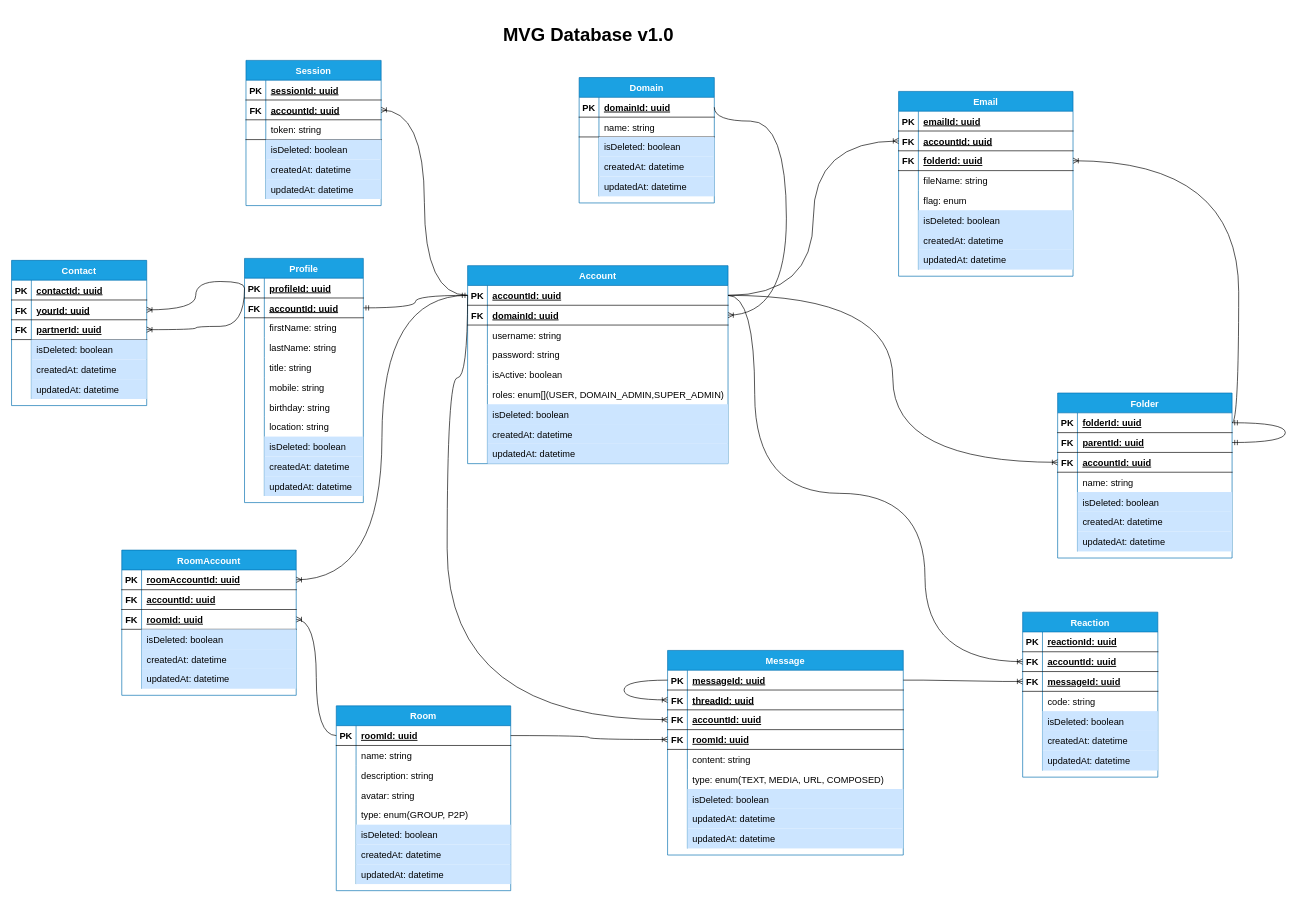
The draw.io diagram document/mvg_database.drawio in chautruonglong/mvg-sky, before the edit. Source tidied: cells renumbered, new cells numbered last; positions are measured from the earlier drawing's top-left corner, leaving out a move shared by most shapes. Both pictures are drawn from the tidied source at 66%, with x=0, y=0 at pixel (11, 18).
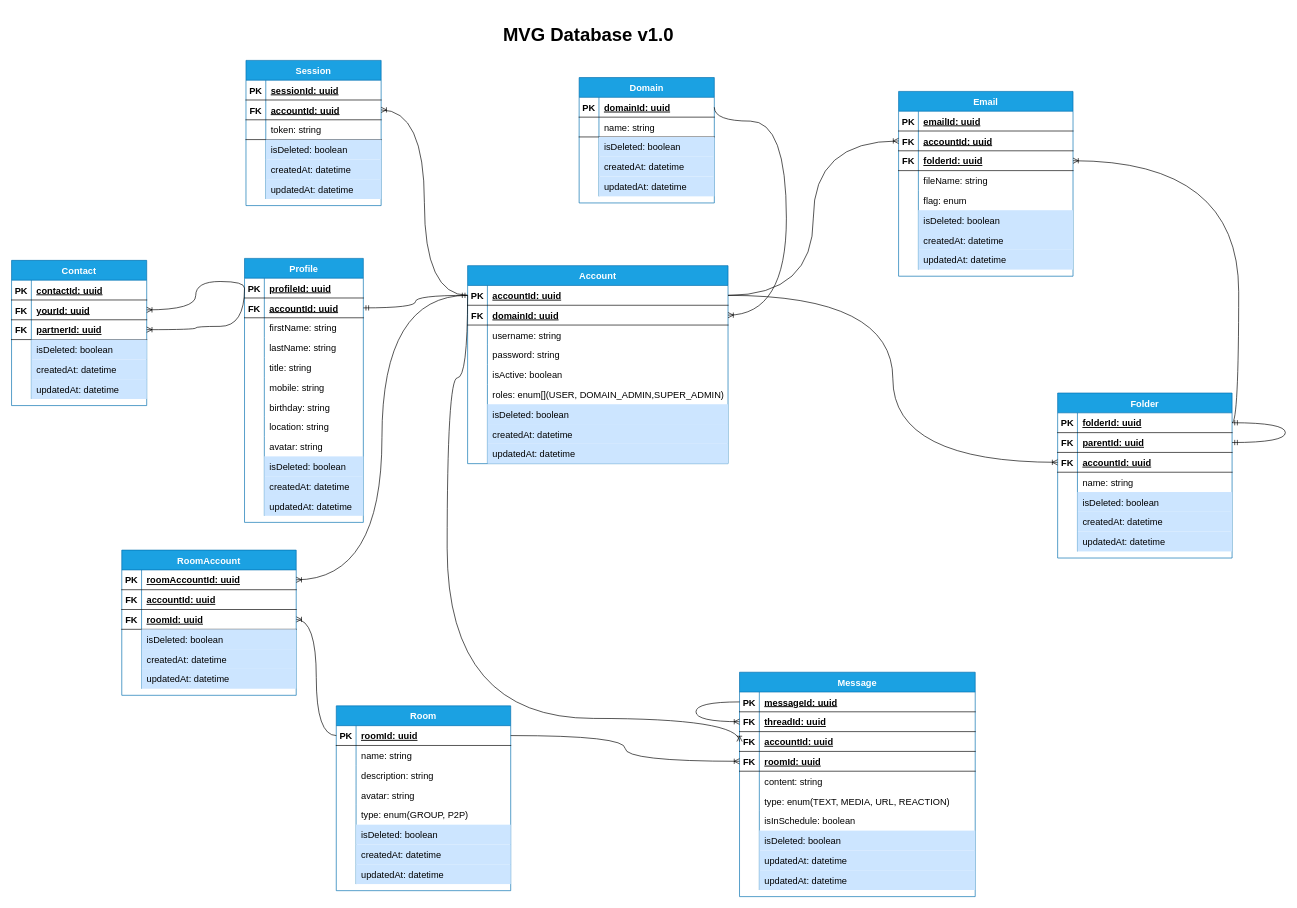
Above is the later version.

The change refers to these unchanged cells:
```xml
<mxCell id="3" style="shape=partialRectangle;fillColor=none;top=0;left=0;bottom=1;right=0;points=[[0,0.5],[1,0.5]];portConstraint=eastwest;fontSize=14;" parent="2" vertex="1">
  <mxGeometry y="30" width="394.6" height="30" as="geometry" />
</mxCell>
<mxCell id="66" style="shape=partialRectangle;fillColor=none;top=0;left=0;bottom=1;right=0;points=[[0,0.5],[1,0.5]];portConstraint=eastwest;fontSize=14;" parent="65" vertex="1">
  <mxGeometry y="30" width="357.1" height="30" as="geometry" />
</mxCell>
<mxCell id="72" style="shape=partialRectangle;fillColor=none;top=0;left=0;bottom=1;right=0;points=[[0,0.5],[1,0.5]];portConstraint=eastwest;fontSize=14;" parent="65" vertex="1">
  <mxGeometry y="90" width="357.1" height="30" as="geometry" />
</mxCell>
<mxCell id="81" style="shape=partialRectangle;fillColor=none;top=0;left=0;bottom=0;right=0;fontSize=14;" parent="65" vertex="1">
  <mxGeometry y="180" width="357.1" height="30" as="geometry" />
</mxCell>
```

What changed in the source:
```diff
@@
     <mxCell id="30" value="Profile" style="shape=table;startSize=30;childLayout=tableLayout;rowLines=0;fontStyle=1;align=center;fontSize=14;fillColor=#1ba1e2;strokeColor=#006EAF;fontColor=#ffffff;" parent="1" vertex="1">
-      <mxGeometry x="353" y="364" width="180" height="370" as="geometry" />
+      <mxGeometry x="353" y="364" width="180" height="400" as="geometry" />
     </mxCell>
@@
+    <mxCell id="276" style="shape=partialRectangle;fillColor=none;top=0;left=0;bottom=0;right=0;fontSize=14;" parent="30" vertex="1">
+      <mxGeometry y="240" width="180" height="30" as="geometry" />
+    </mxCell>
+    <mxCell id="277" style="shape=partialRectangle;fillColor=none;top=0;left=0;bottom=0;right=0;overflow=hidden;fontSize=14;" parent="276" vertex="1">
+      <mxGeometry width="30" height="30" as="geometry" />
+    </mxCell>
+    <mxCell id="278" value="location: string" style="shape=partialRectangle;fillColor=none;top=0;left=0;bottom=0;right=0;align=left;spacingLeft=6;overflow=hidden;fontSize=14;" parent="276" vertex="1">
+      <mxGeometry x="30" width="150" height="30" as="geometry" />
+    </mxCell>
     <mxCell id="52" style="shape=partialRectangle;fillColor=none;top=0;left=0;bottom=0;right=0;fontSize=14;" parent="30" vertex="1">
-      <mxGeometry y="240" width="180" height="30" as="geometry" />
+      <mxGeometry y="270" width="180" height="30" as="geometry" />
     </mxCell>
@@
-    <mxCell id="54" value="location: string" style="shape=partialRectangle;fillColor=none;top=0;left=0;bottom=0;right=0;align=left;spacingLeft=6;overflow=hidden;fontSize=14;" parent="52" vertex="1">
+    <mxCell id="54" value="avatar: string" style="shape=partialRectangle;fillColor=none;top=0;left=0;bottom=0;right=0;align=left;spacingLeft=6;overflow=hidden;fontSize=14;" parent="52" vertex="1">
       <mxGeometry x="30" width="150" height="30" as="geometry" />
     </mxCell>
     <mxCell id="55" style="shape=partialRectangle;fillColor=none;top=0;left=0;bottom=0;right=0;fontSize=14;" parent="30" vertex="1">
-      <mxGeometry y="270" width="180" height="30" as="geometry" />
+      <mxGeometry y="300" width="180" height="30" as="geometry" />
     </mxCell>
@@
     <mxCell id="58" style="shape=partialRectangle;fillColor=none;top=0;left=0;bottom=0;right=0;fontSize=14;" parent="30" vertex="1">
-      <mxGeometry y="300" width="180" height="30" as="geometry" />
+      <mxGeometry y="330" width="180" height="30" as="geometry" />
     </mxCell>
@@
     <mxCell id="61" style="shape=partialRectangle;fillColor=none;top=0;left=0;bottom=0;right=0;fontSize=14;" parent="30" vertex="1">
-      <mxGeometry y="330" width="180" height="30" as="geometry" />
+      <mxGeometry y="360" width="180" height="30" as="geometry" />
     </mxCell>
@@
     <mxCell id="65" value="Message" style="shape=table;startSize=30;childLayout=tableLayout;rowLines=0;fontStyle=1;align=center;fontSize=14;fillColor=#1ba1e2;strokeColor=#006EAF;fontColor=#ffffff;" parent="1" vertex="1">
-      <mxGeometry x="994" y="958" width="357.1" height="310" as="geometry" />
+      <mxGeometry x="1103" y="991" width="357.1" height="340" as="geometry" />
     </mxCell>
@@
-    <mxCell id="83" value="type: enum(TEXT, MEDIA, URL, COMPOSED)" style="shape=partialRectangle;fillColor=none;top=0;left=0;bottom=0;right=0;align=left;spacingLeft=6;overflow=hidden;fontSize=14;" parent="81" vertex="1">
+    <mxCell id="83" value="type: enum(TEXT, MEDIA, URL, REACTION)" style="shape=partialRectangle;fillColor=none;top=0;left=0;bottom=0;right=0;align=left;spacingLeft=6;overflow=hidden;fontSize=14;" parent="81" vertex="1">
       <mxGeometry x="30" width="327.1" height="30" as="geometry" />
     </mxCell>
+    <mxCell id="279" style="shape=partialRectangle;fillColor=none;top=0;left=0;bottom=0;right=0;fontSize=14;" parent="65" vertex="1">
+      <mxGeometry y="210" width="357.1" height="30" as="geometry" />
+    </mxCell>
+    <mxCell id="280" style="shape=partialRectangle;fillColor=none;top=0;left=0;bottom=0;right=0;overflow=hidden;fontSize=14;" parent="279" vertex="1">
+      <mxGeometry width="30" height="30" as="geometry" />
+    </mxCell>
+    <mxCell id="281" value="isInSchedule: boolean" style="shape=partialRectangle;fillColor=none;top=0;left=0;bottom=0;right=0;align=left;spacingLeft=6;overflow=hidden;fontSize=14;" parent="279" vertex="1">
+      <mxGeometry x="30" width="327.1" height="30" as="geometry" />
+    </mxCell>
     <mxCell id="84" style="shape=partialRectangle;fillColor=none;top=0;left=0;bottom=0;right=0;fontSize=14;" parent="65" vertex="1">
-      <mxGeometry y="210" width="357.1" height="30" as="geometry" />
+      <mxGeometry y="240" width="357.1" height="30" as="geometry" />
     </mxCell>
@@
     <mxCell id="87" style="shape=partialRectangle;fillColor=none;top=0;left=0;bottom=0;right=0;fontSize=14;" parent="65" vertex="1">
-      <mxGeometry y="240" width="357.1" height="30" as="geometry" />
+      <mxGeometry y="270" width="357.1" height="30" as="geometry" />
     </mxCell>
@@
     <mxCell id="90" style="shape=partialRectangle;fillColor=none;top=0;left=0;bottom=0;right=0;fontSize=14;" parent="65" vertex="1">
-      <mxGeometry y="270" width="357.1" height="30" as="geometry" />
+      <mxGeometry y="300" width="357.1" height="30" as="geometry" />
     </mxCell>
@@
-    <mxCell id="94" value="Reaction" style="shape=table;startSize=30;childLayout=tableLayout;rowLines=0;fontStyle=1;align=center;fontSize=14;fillColor=#1ba1e2;strokeColor=#006EAF;fontColor=#ffffff;" parent="1" vertex="1">
-      <mxGeometry x="1532" y="900" width="204.8" height="250" as="geometry" />
-    </mxCell>
-    <mxCell id="95" style="shape=partialRectangle;fillColor=none;top=0;left=0;bottom=1;right=0;fontSize=14;" parent="94" vertex="1">
-      <mxGeometry y="30" width="204.8" height="30" as="geometry" />
-    </mxCell>
-    <mxCell id="96" value="PK" style="shape=partialRectangle;fillColor=none;top=0;left=0;bottom=0;right=0;fontStyle=1;overflow=hidden;fontSize=14;" parent="95" vertex="1">
-      <mxGeometry width="30" height="30" as="geometry" />
-    </mxCell>
-    <mxCell id="97" value="reactionId: uuid" style="shape=partialRectangle;fillColor=none;top=0;left=0;bottom=0;right=0;align=left;spacingLeft=6;fontStyle=5;overflow=hidden;fontSize=14;" parent="95" vertex="1">
-      <mxGeometry x="30" width="174.8" height="30" as="geometry" />
-    </mxCell>
-    <mxCell id="98" style="shape=partialRectangle;fillColor=none;top=0;left=0;bottom=1;right=0;points=[[0,0.5],[1,0.5]];portConstraint=eastwest;fontSize=14;" parent="94" vertex="1">
-      <mxGeometry y="60" width="204.8" height="30" as="geometry" />
-    </mxCell>
-    <mxCell id="99" value="FK" style="shape=partialRectangle;fillColor=none;top=0;left=0;bottom=0;right=0;fontStyle=1;overflow=hidden;fontSize=14;" parent="98" vertex="1">
-      <mxGeometry width="30" height="30" as="geometry" />
-    </mxCell>
-    <mxCell id="100" value="accountId: uuid" style="shape=partialRectangle;fillColor=none;top=0;left=0;bottom=0;right=0;align=left;spacingLeft=6;fontStyle=5;overflow=hidden;fontSize=14;" parent="98" vertex="1">
-      <mxGeometry x="30" width="174.8" height="30" as="geometry" />
-    </mxCell>
-    <mxCell id="101" style="shape=partialRectangle;fillColor=none;top=0;left=0;bottom=1;right=0;points=[[0,0.5],[1,0.5]];portConstraint=eastwest;fontSize=14;" parent="94" vertex="1">
-      <mxGeometry y="90" width="204.8" height="30" as="geometry" />
-    </mxCell>
-    <mxCell id="102" value="FK" style="shape=partialRectangle;fillColor=none;top=0;left=0;bottom=0;right=0;fontStyle=1;overflow=hidden;fontSize=14;" parent="101" vertex="1">
-      <mxGeometry width="30" height="30" as="geometry" />
-    </mxCell>
-    <mxCell id="103" value="messageId: uuid" style="shape=partialRectangle;fillColor=none;top=0;left=0;bottom=0;right=0;align=left;spacingLeft=6;fontStyle=5;overflow=hidden;fontSize=14;" parent="101" vertex="1">
-      <mxGeometry x="30" width="174.8" height="30" as="geometry" />
-    </mxCell>
-    <mxCell id="104" style="shape=partialRectangle;fillColor=none;top=0;left=0;bottom=0;right=0;fontSize=14;" parent="94" vertex="1">
-      <mxGeometry y="120" width="204.8" height="30" as="geometry" />
-    </mxCell>
-    <mxCell id="105" style="shape=partialRectangle;fillColor=none;top=0;left=0;bottom=0;right=0;overflow=hidden;fontSize=14;" parent="104" vertex="1">
-      <mxGeometry width="30" height="30" as="geometry" />
-    </mxCell>
-    <mxCell id="106" value="code: string" style="shape=partialRectangle;fillColor=none;top=0;left=0;bottom=0;right=0;align=left;spacingLeft=6;overflow=hidden;fontSize=14;" parent="104" vertex="1">
-      <mxGeometry x="30" width="174.8" height="30" as="geometry" />
-    </mxCell>
-    <mxCell id="107" style="shape=partialRectangle;fillColor=none;top=0;left=0;bottom=0;right=0;fontSize=14;" parent="94" vertex="1">
-      <mxGeometry y="150" width="204.8" height="30" as="geometry" />
-    </mxCell>
-    <mxCell id="108" style="shape=partialRectangle;fillColor=none;top=0;left=0;bottom=0;right=0;overflow=hidden;fontSize=14;" parent="107" vertex="1">
-      <mxGeometry width="30" height="30" as="geometry" />
-    </mxCell>
-    <mxCell id="109" value="isDeleted: boolean" style="shape=partialRectangle;fillColor=#cce5ff;top=0;left=0;bottom=0;right=0;align=left;spacingLeft=6;overflow=hidden;fontSize=14;strokeColor=#36393d;" parent="107" vertex="1">
-      <mxGeometry x="30" width="174.8" height="30" as="geometry" />
-    </mxCell>
-    <mxCell id="110" style="shape=partialRectangle;fillColor=none;top=0;left=0;bottom=0;right=0;fontSize=14;" parent="94" vertex="1">
-      <mxGeometry y="180" width="204.8" height="30" as="geometry" />
-    </mxCell>
-    <mxCell id="111" style="shape=partialRectangle;fillColor=none;top=0;left=0;bottom=0;right=0;overflow=hidden;fontSize=14;" parent="110" vertex="1">
-      <mxGeometry width="30" height="30" as="geometry" />
-    </mxCell>
-    <mxCell id="112" value="createdAt: datetime" style="shape=partialRectangle;fillColor=#cce5ff;top=0;left=0;bottom=0;right=0;align=left;spacingLeft=6;overflow=hidden;fontSize=14;strokeColor=#36393d;" parent="110" vertex="1">
-      <mxGeometry x="30" width="174.8" height="30" as="geometry" />
-    </mxCell>
-    <mxCell id="113" style="shape=partialRectangle;fillColor=none;top=0;left=0;bottom=0;right=0;fontSize=14;" parent="94" vertex="1">
-      <mxGeometry y="210" width="204.8" height="30" as="geometry" />
-    </mxCell>
-    <mxCell id="114" style="shape=partialRectangle;fillColor=none;top=0;left=0;bottom=0;right=0;overflow=hidden;fontSize=14;" parent="113" vertex="1">
-      <mxGeometry width="30" height="30" as="geometry" />
-    </mxCell>
-    <mxCell id="115" value="updatedAt: datetime" style="shape=partialRectangle;fillColor=#cce5ff;top=0;left=0;bottom=0;right=0;align=left;spacingLeft=6;overflow=hidden;fontSize=14;strokeColor=#36393d;" parent="113" vertex="1">
-      <mxGeometry x="30" width="174.8" height="30" as="geometry" />
-    </mxCell>
-    <mxCell id="116" style="edgeStyle=entityRelationEdgeStyle;fontSize=12;html=1;endArrow=ERoneToMany;rounded=0;exitX=1;exitY=0.5;exitDx=0;exitDy=0;entryX=0;entryY=0.5;entryDx=0;entryDy=0;" parent="1" edge="1" source="66" target="101">
-      <mxGeometry relative="1" as="geometry" />
-    </mxCell>
@@
-    <mxCell id="167" style="fontSize=12;html=1;endArrow=ERoneToMany;rounded=0;exitX=1;exitY=0.5;exitDx=0;exitDy=0;edgeStyle=orthogonalEdgeStyle;curved=1;" parent="1" edge="1" source="3" target="98">
-      <mxGeometry relative="1" as="geometry">
-        <Array as="points">
-          <mxPoint x="1126" y="420" />
-          <mxPoint x="1126" y="720" />
-          <mxPoint x="1384" y="720" />
-          <mxPoint x="1384" y="975" />
-        </Array>
-      </mxGeometry>
-    </mxCell>
@@
     <mxCell id="238" style="fontSize=12;html=1;endArrow=ERoneToMany;rounded=0;exitX=0;exitY=0.5;exitDx=0;exitDy=0;edgeStyle=orthogonalEdgeStyle;entryX=0;entryY=0.5;entryDx=0;entryDy=0;curved=1;" parent="1" edge="1" source="3" target="72">
       <mxGeometry relative="1" as="geometry">
         <Array as="points">
           <mxPoint x="691" y="545" />
           <mxPoint x="660" y="545" />
-          <mxPoint x="660" y="1063" />
+          <mxPoint x="660" y="1061" />
+          <mxPoint x="1103" y="1061" />
         </Array>
       </mxGeometry>
     </mxCell>
```
